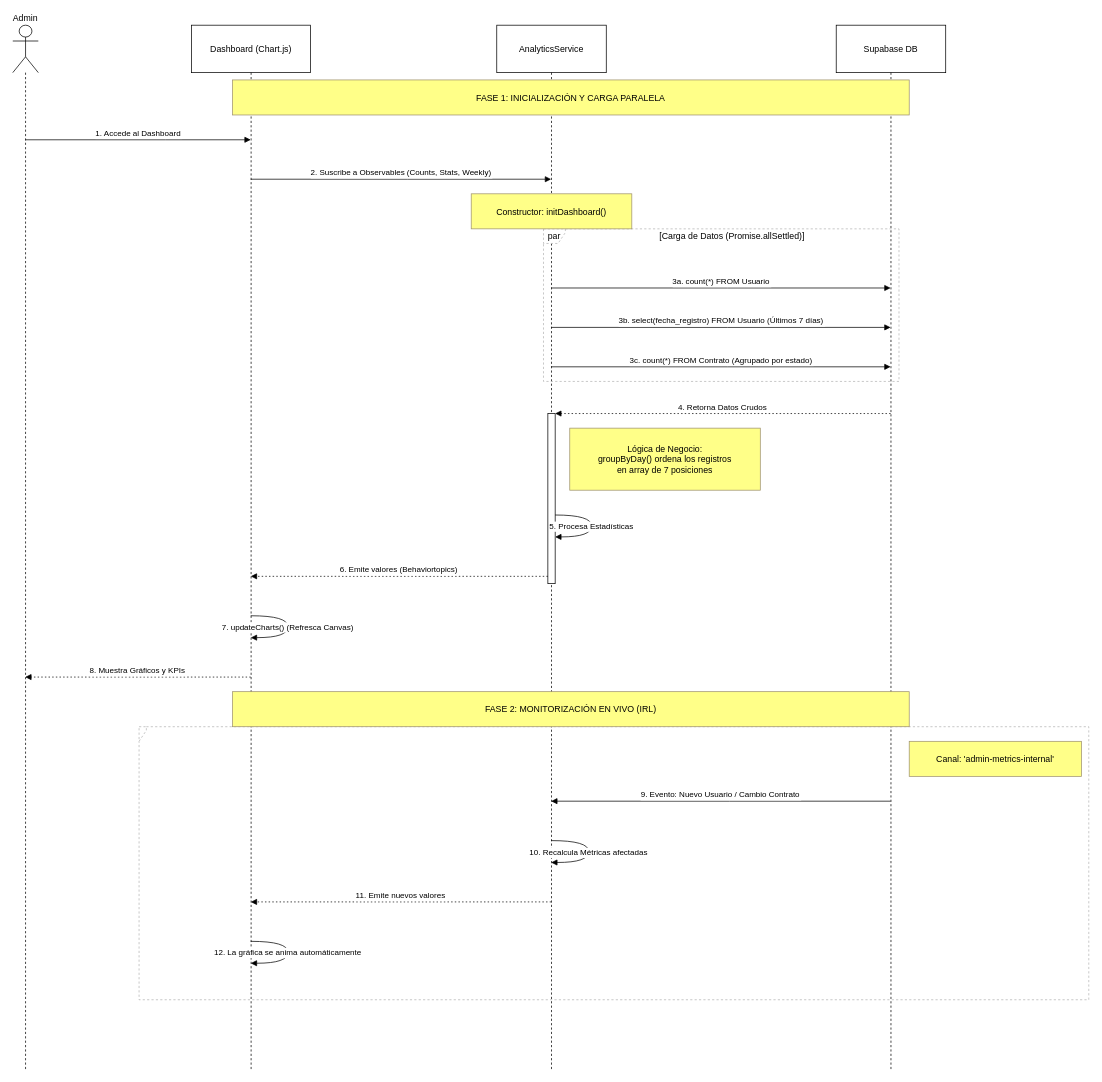
egilp04/TFG_Cuidados keeps this draw.io diagram as docs/diagramas/secuencias/dashboard.drawio. Above is the earlier version. Source tidied: cells renumbered, new cells numbered last; positions are measured from the earlier drawing's top-left corner, leaving out a move shared by most shapes. Both pictures are drawn from the tidied source at 73%, with x=0, y=0 at pixel (12, 25).
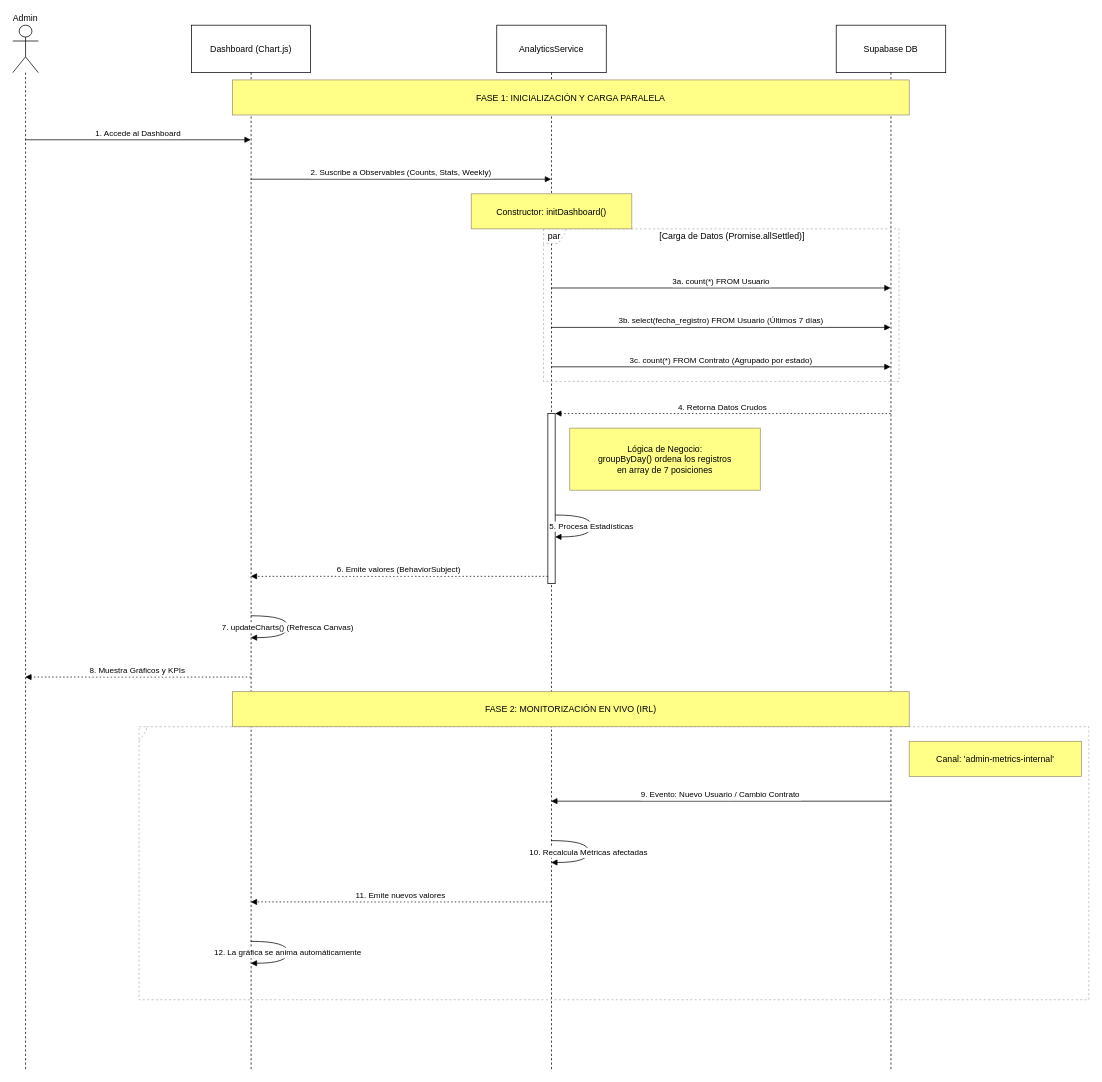
Above is the later version.

The change refers to these unchanged cells:
```xml
<mxCell id="3" value="Dashboard (Chart.js)" style="shape=umlLifeline;perimeter=lifelinePerimeter;whiteSpace=wrap;outlineConnect=0;portConstraint=eastwest;newEdgeStyle={&quot;edgeStyle&quot;:&quot;elbowEdgeStyle&quot;,&quot;elbow&quot;:&quot;vertical&quot;,&quot;curved&quot;:0,&quot;rounded&quot;:0};size=65;" parent="1" vertex="1">
  <mxGeometry x="245" width="163" height="1430" as="geometry" />
</mxCell>
<mxCell id="5" style="points=[];perimeter=orthogonalPerimeter;outlineConnect=0;targetShapes=umlLifeline;portConstraint=eastwest;newEdgeStyle={&quot;edgeStyle&quot;:&quot;elbowEdgeStyle&quot;,&quot;elbow&quot;:&quot;vertical&quot;,&quot;curved&quot;:0,&quot;rounded&quot;:0};" parent="4" vertex="1">
  <mxGeometry x="70" y="532" width="10" height="233" as="geometry" />
</mxCell>
```

Diff of the diagram source:
```diff
@@
-    <mxCell id="18" value="6. Emite valores (Behaviortopics)" style="verticalAlign=bottom;edgeStyle=elbowEdgeStyle;elbow=vertical;curved=0;rounded=0;dashed=1;dashPattern=2 3;endArrow=block;" parent="1" edge="1" source="5" target="3">
+    <mxCell id="18" value="6. Emite valores (BehaviorSubject)" style="verticalAlign=bottom;edgeStyle=elbowEdgeStyle;elbow=vertical;curved=0;rounded=0;dashed=1;dashPattern=2 3;endArrow=block;" parent="1" edge="1" source="5" target="3">
       <mxGeometry relative="1" as="geometry">
         <Array as="points">
           <mxPoint x="542" y="755" />
         </Array>
       </mxGeometry>
     </mxCell>
```
